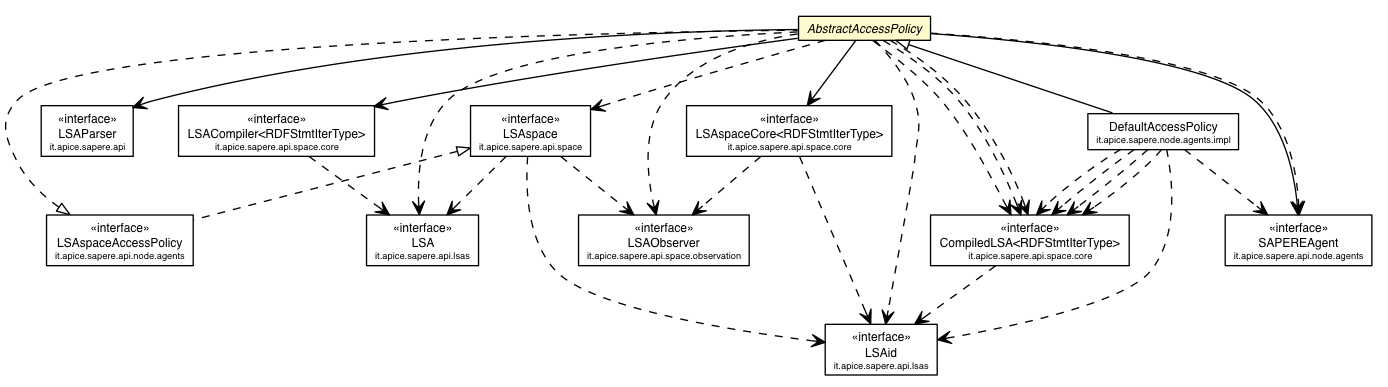
Above: deployed-site/apidocs/it/apice/sapere/node/agents/AbstractAccessPolicy.png in DanySK/Legacy-Contessi-Thesis-Semantic-Web-SAPERE (Graphviz), before the change. Its source is kept beside it as deployed-site/apidocs/it/apice/sapere/node/agents/AbstractAccessPolicy.dot.
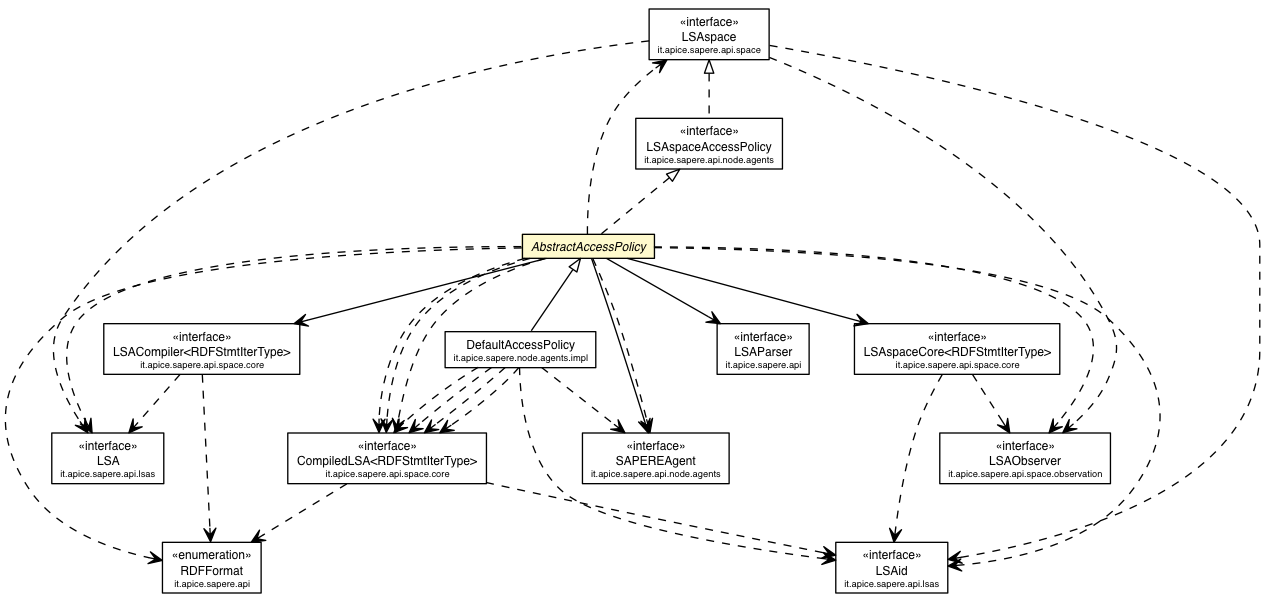
The same file after the commit.

Change to the diagram source:
```diff
@@ -2,113 +2,123 @@
 digraph G {
 	edge [fontname="Helvetica",fontsize=10,labelfontname="Helvetica",labelfontsize=10];
 	node [fontname="Helvetica",fontsize=10,shape=plaintext];
-	c64053 [label=<<table border="0" cellborder="1" cellspacing="0" cellpadding="2" port="p" href="../../api/LSAParser.html">
+	c71395 [label=<<table border="0" cellborder="1" cellspacing="0" cellpadding="2" port="p" href="../../api/RDFFormat.html">
+		<tr><td><table border="0" cellspacing="0" cellpadding="1">
+			<tr><td> &laquo;enumeration&raquo; </td></tr>
+			<tr><td> RDFFormat </td></tr>
+			<tr><td><font point-size="7.0"> it.apice.sapere.api </font></td></tr>
+		</table></td></tr>
+		</table>>, fontname="Helvetica", fontcolor="black", fontsize=9.0];
+	c71397 [label=<<table border="0" cellborder="1" cellspacing="0" cellpadding="2" port="p" href="../../api/LSAParser.html">
 		<tr><td><table border="0" cellspacing="0" cellpadding="1">
 			<tr><td> &laquo;interface&raquo; </td></tr>
 			<tr><td> LSAParser </td></tr>
 			<tr><td><font point-size="7.0"> it.apice.sapere.api </font></td></tr>
 		</table></td></tr>
 		</table>>, fontname="Helvetica", fontcolor="black", fontsize=9.0];
-	c64102 [label=<<table border="0" cellborder="1" cellspacing="0" cellpadding="2" port="p" href="../../api/lsas/LSAid.html">
+	c71446 [label=<<table border="0" cellborder="1" cellspacing="0" cellpadding="2" port="p" href="../../api/lsas/LSAid.html">
 		<tr><td><table border="0" cellspacing="0" cellpadding="1">
 			<tr><td> &laquo;interface&raquo; </td></tr>
 			<tr><td> LSAid </td></tr>
 			<tr><td><font point-size="7.0"> it.apice.sapere.api.lsas </font></td></tr>
 		</table></td></tr>
 		</table>>, fontname="Helvetica", fontcolor="black", fontsize=9.0];
-	c64103 [label=<<table border="0" cellborder="1" cellspacing="0" cellpadding="2" port="p" href="../../api/lsas/LSA.html">
+	c71447 [label=<<table border="0" cellborder="1" cellspacing="0" cellpadding="2" port="p" href="../../api/lsas/LSA.html">
 		<tr><td><table border="0" cellspacing="0" cellpadding="1">
 			<tr><td> &laquo;interface&raquo; </td></tr>
 			<tr><td> LSA </td></tr>
 			<tr><td><font point-size="7.0"> it.apice.sapere.api.lsas </font></td></tr>
 		</table></td></tr>
 		</table>>, fontname="Helvetica", fontcolor="black", fontsize=9.0];
-	c64132 [label=<<table border="0" cellborder="1" cellspacing="0" cellpadding="2" port="p" href="../../api/node/agents/SAPEREAgent.html">
+	c71476 [label=<<table border="0" cellborder="1" cellspacing="0" cellpadding="2" port="p" href="../../api/node/agents/SAPEREAgent.html">
 		<tr><td><table border="0" cellspacing="0" cellpadding="1">
 			<tr><td> &laquo;interface&raquo; </td></tr>
 			<tr><td> SAPEREAgent </td></tr>
 			<tr><td><font point-size="7.0"> it.apice.sapere.api.node.agents </font></td></tr>
 		</table></td></tr>
 		</table>>, fontname="Helvetica", fontcolor="black", fontsize=9.0];
-	c64133 [label=<<table border="0" cellborder="1" cellspacing="0" cellpadding="2" port="p" href="../../api/node/agents/LSAspaceAccessPolicy.html">
+	c71477 [label=<<table border="0" cellborder="1" cellspacing="0" cellpadding="2" port="p" href="../../api/node/agents/LSAspaceAccessPolicy.html">
 		<tr><td><table border="0" cellspacing="0" cellpadding="1">
 			<tr><td> &laquo;interface&raquo; </td></tr>
 			<tr><td> LSAspaceAccessPolicy </td></tr>
 			<tr><td><font point-size="7.0"> it.apice.sapere.api.node.agents </font></td></tr>
 		</table></td></tr>
 		</table>>, fontname="Helvetica", fontcolor="black", fontsize=9.0];
-	c64139 [label=<<table border="0" cellborder="1" cellspacing="0" cellpadding="2" port="p" href="../../api/space/core/LSAspaceCore.html">
+	c71483 [label=<<table border="0" cellborder="1" cellspacing="0" cellpadding="2" port="p" href="../../api/space/core/LSAspaceCore.html">
 		<tr><td><table border="0" cellspacing="0" cellpadding="1">
 			<tr><td> &laquo;interface&raquo; </td></tr>
 			<tr><td> LSAspaceCore&lt;RDFStmtIterType&gt; </td></tr>
 			<tr><td><font point-size="7.0"> it.apice.sapere.api.space.core </font></td></tr>
 		</table></td></tr>
 		</table>>, fontname="Helvetica", fontcolor="black", fontsize=9.0];
-	c64140 [label=<<table border="0" cellborder="1" cellspacing="0" cellpadding="2" port="p" href="../../api/space/core/LSACompiler.html">
+	c71484 [label=<<table border="0" cellborder="1" cellspacing="0" cellpadding="2" port="p" href="../../api/space/core/LSACompiler.html">
 		<tr><td><table border="0" cellspacing="0" cellpadding="1">
 			<tr><td> &laquo;interface&raquo; </td></tr>
 			<tr><td> LSACompiler&lt;RDFStmtIterType&gt; </td></tr>
 			<tr><td><font point-size="7.0"> it.apice.sapere.api.space.core </font></td></tr>
 		</table></td></tr>
 		</table>>, fontname="Helvetica", fontcolor="black", fontsize=9.0];
-	c64142 [label=<<table border="0" cellborder="1" cellspacing="0" cellpadding="2" port="p" href="../../api/space/core/CompiledLSA.html">
+	c71486 [label=<<table border="0" cellborder="1" cellspacing="0" cellpadding="2" port="p" href="../../api/space/core/CompiledLSA.html">
 		<tr><td><table border="0" cellspacing="0" cellpadding="1">
 			<tr><td> &laquo;interface&raquo; </td></tr>
 			<tr><td> CompiledLSA&lt;RDFStmtIterType&gt; </td></tr>
 			<tr><td><font point-size="7.0"> it.apice.sapere.api.space.core </font></td></tr>
 		</table></td></tr>
 		</table>>, fontname="Helvetica", fontcolor="black", fontsize=9.0];
-	c64147 [label=<<table border="0" cellborder="1" cellspacing="0" cellpadding="2" port="p" href="../../api/space/LSAspace.html">
+	c71491 [label=<<table border="0" cellborder="1" cellspacing="0" cellpadding="2" port="p" href="../../api/space/LSAspace.html">
 		<tr><td><table border="0" cellspacing="0" cellpadding="1">
 			<tr><td> &laquo;interface&raquo; </td></tr>
 			<tr><td> LSAspace </td></tr>
 			<tr><td><font point-size="7.0"> it.apice.sapere.api.space </font></td></tr>
 		</table></td></tr>
 		</table>>, fontname="Helvetica", fontcolor="black", fontsize=9.0];
-	c64157 [label=<<table border="0" cellborder="1" cellspacing="0" cellpadding="2" port="p" href="../../api/space/observation/LSAObserver.html">
+	c71501 [label=<<table border="0" cellborder="1" cellspacing="0" cellpadding="2" port="p" href="../../api/space/observation/LSAObserver.html">
 		<tr><td><table border="0" cellspacing="0" cellpadding="1">
 			<tr><td> &laquo;interface&raquo; </td></tr>
 			<tr><td> LSAObserver </td></tr>
 			<tr><td><font point-size="7.0"> it.apice.sapere.api.space.observation </font></td></tr>
 		</table></td></tr>
 		</table>>, fontname="Helvetica", fontcolor="black", fontsize=9.0];
-	c64245 [label=<<table border="0" cellborder="1" cellspacing="0" cellpadding="2" port="p" bgcolor="lemonChiffon" href="./AbstractAccessPolicy.html">
+	c71589 [label=<<table border="0" cellborder="1" cellspacing="0" cellpadding="2" port="p" bgcolor="lemonChiffon" href="./AbstractAccessPolicy.html">
 		<tr><td><table border="0" cellspacing="0" cellpadding="1">
 			<tr><td><font face="Helvetica-Oblique"> AbstractAccessPolicy </font></td></tr>
 		</table></td></tr>
 		</table>>, fontname="Helvetica", fontcolor="black", fontsize=9.0];
-	c64249 [label=<<table border="0" cellborder="1" cellspacing="0" cellpadding="2" port="p" href="./impl/DefaultAccessPolicy.html">
+	c71593 [label=<<table border="0" cellborder="1" cellspacing="0" cellpadding="2" port="p" href="./impl/DefaultAccessPolicy.html">
 		<tr><td><table border="0" cellspacing="0" cellpadding="1">
 			<tr><td> DefaultAccessPolicy </td></tr>
 			<tr><td><font point-size="7.0"> it.apice.sapere.node.agents.impl </font></td></tr>
 		</table></td></tr>
 		</table>>, fontname="Helvetica", fontcolor="black", fontsize=9.0];
-	c64147:p -> c64133:p [dir=back,arrowtail=empty,style=dashed];
-	c64133:p -> c64245:p [dir=back,arrowtail=empty,style=dashed];
-	c64245:p -> c64249:p [dir=back,arrowtail=empty];
-	c64245:p -> c64139:p [taillabel="", label="", headlabel="", fontname="Helvetica", fontcolor="black", fontsize=10.0, color="black", arrowhead=open];
-	c64245:p -> c64132:p [taillabel="", label="", headlabel="", fontname="Helvetica", fontcolor="black", fontsize=10.0, color="black", arrowhead=open];
-	c64245:p -> c64140:p [taillabel="", label="", headlabel="", fontname="Helvetica", fontcolor="black", fontsize=10.0, color="black", arrowhead=open];
-	c64245:p -> c64053:p [taillabel="", label="", headlabel="", fontname="Helvetica", fontcolor="black", fontsize=10.0, color="black", arrowhead=open];
-	c64139:p -> c64102:p [taillabel="", label="", headlabel="", fontname="Helvetica", fontcolor="black", fontsize=10.0, color="black", arrowhead=open, style=dashed];
-	c64139:p -> c64157:p [taillabel="", label="", headlabel="", fontname="Helvetica", fontcolor="black", fontsize=10.0, color="black", arrowhead=open, style=dashed];
-	c64140:p -> c64103:p [taillabel="", label="", headlabel="", fontname="Helvetica", fontcolor="black", fontsize=10.0, color="black", arrowhead=open, style=dashed];
-	c64142:p -> c64102:p [taillabel="", label="", headlabel="", fontname="Helvetica", fontcolor="black", fontsize=10.0, color="black", arrowhead=open, style=dashed];
-	c64147:p -> c64157:p [taillabel="", label="", headlabel="", fontname="Helvetica", fontcolor="black", fontsize=10.0, color="black", arrowhead=open, style=dashed];
-	c64147:p -> c64102:p [taillabel="", label="", headlabel="", fontname="Helvetica", fontcolor="black", fontsize=10.0, color="black", arrowhead=open, style=dashed];
-	c64147:p -> c64103:p [taillabel="", label="", headlabel="", fontname="Helvetica", fontcolor="black", fontsize=10.0, color="black", arrowhead=open, style=dashed];
-	c64245:p -> c64142:p [taillabel="", label="", headlabel="", fontname="Helvetica", fontcolor="black", fontsize=10.0, color="black", arrowhead=open, style=dashed];
-	c64245:p -> c64147:p [taillabel="", label="", headlabel="", fontname="Helvetica", fontcolor="black", fontsize=10.0, color="black", arrowhead=open, style=dashed];
-	c64245:p -> c64157:p [taillabel="", label="", headlabel="", fontname="Helvetica", fontcolor="black", fontsize=10.0, color="black", arrowhead=open, style=dashed];
-	c64245:p -> c64102:p [taillabel="", label="", headlabel="", fontname="Helvetica", fontcolor="black", fontsize=10.0, color="black", arrowhead=open, style=dashed];
-	c64245:p -> c64142:p [taillabel="", label="", headlabel="", fontname="Helvetica", fontcolor="black", fontsize=10.0, color="black", arrowhead=open, style=dashed];
-	c64245:p -> c64103:p [taillabel="", label="", headlabel="", fontname="Helvetica", fontcolor="black", fontsize=10.0, color="black", arrowhead=open, style=dashed];
-	c64245:p -> c64132:p [taillabel="", label="", headlabel="", fontname="Helvetica", fontcolor="black", fontsize=10.0, color="black", arrowhead=open, style=dashed];
-	c64245:p -> c64142:p [taillabel="", label="", headlabel="", fontname="Helvetica", fontcolor="black", fontsize=10.0, color="black", arrowhead=open, style=dashed];
-	c64249:p -> c64142:p [taillabel="", label="", headlabel="", fontname="Helvetica", fontcolor="black", fontsize=10.0, color="black", arrowhead=open, style=dashed];
-	c64249:p -> c64102:p [taillabel="", label="", headlabel="", fontname="Helvetica", fontcolor="black", fontsize=10.0, color="black", arrowhead=open, style=dashed];
-	c64249:p -> c64142:p [taillabel="", label="", headlabel="", fontname="Helvetica", fontcolor="black", fontsize=10.0, color="black", arrowhead=open, style=dashed];
-	c64249:p -> c64142:p [taillabel="", label="", headlabel="", fontname="Helvetica", fontcolor="black", fontsize=10.0, color="black", arrowhead=open, style=dashed];
-	c64249:p -> c64132:p [taillabel="", label="", headlabel="", fontname="Helvetica", fontcolor="black", fontsize=10.0, color="black", arrowhead=open, style=dashed];
-	c64249:p -> c64142:p [taillabel="", label="", headlabel="", fontname="Helvetica", fontcolor="black", fontsize=10.0, color="black", arrowhead=open, style=dashed];
+	c71491:p -> c71477:p [dir=back,arrowtail=empty,style=dashed];
+	c71477:p -> c71589:p [dir=back,arrowtail=empty,style=dashed];
+	c71589:p -> c71593:p [dir=back,arrowtail=empty];
+	c71589:p -> c71483:p [taillabel="", label="", headlabel="", fontname="Helvetica", fontcolor="black", fontsize=10.0, color="black", arrowhead=open];
+	c71589:p -> c71476:p [taillabel="", label="", headlabel="", fontname="Helvetica", fontcolor="black", fontsize=10.0, color="black", arrowhead=open];
+	c71589:p -> c71484:p [taillabel="", label="", headlabel="", fontname="Helvetica", fontcolor="black", fontsize=10.0, color="black", arrowhead=open];
+	c71589:p -> c71397:p [taillabel="", label="", headlabel="", fontname="Helvetica", fontcolor="black", fontsize=10.0, color="black", arrowhead=open];
+	c71483:p -> c71501:p [taillabel="", label="", headlabel="", fontname="Helvetica", fontcolor="black", fontsize=10.0, color="black", arrowhead=open, style=dashed];
+	c71483:p -> c71446:p [taillabel="", label="", headlabel="", fontname="Helvetica", fontcolor="black", fontsize=10.0, color="black", arrowhead=open, style=dashed];
+	c71484:p -> c71447:p [taillabel="", label="", headlabel="", fontname="Helvetica", fontcolor="black", fontsize=10.0, color="black", arrowhead=open, style=dashed];
+	c71484:p -> c71395:p [taillabel="", label="", headlabel="", fontname="Helvetica", fontcolor="black", fontsize=10.0, color="black", arrowhead=open, style=dashed];
+	c71486:p -> c71446:p [taillabel="", label="", headlabel="", fontname="Helvetica", fontcolor="black", fontsize=10.0, color="black", arrowhead=open, style=dashed];
+	c71486:p -> c71395:p [taillabel="", label="", headlabel="", fontname="Helvetica", fontcolor="black", fontsize=10.0, color="black", arrowhead=open, style=dashed];
+	c71491:p -> c71501:p [taillabel="", label="", headlabel="", fontname="Helvetica", fontcolor="black", fontsize=10.0, color="black", arrowhead=open, style=dashed];
+	c71491:p -> c71446:p [taillabel="", label="", headlabel="", fontname="Helvetica", fontcolor="black", fontsize=10.0, color="black", arrowhead=open, style=dashed];
+	c71491:p -> c71447:p [taillabel="", label="", headlabel="", fontname="Helvetica", fontcolor="black", fontsize=10.0, color="black", arrowhead=open, style=dashed];
+	c71589:p -> c71501:p [taillabel="", label="", headlabel="", fontname="Helvetica", fontcolor="black", fontsize=10.0, color="black", arrowhead=open, style=dashed];
+	c71589:p -> c71446:p [taillabel="", label="", headlabel="", fontname="Helvetica", fontcolor="black", fontsize=10.0, color="black", arrowhead=open, style=dashed];
+	c71589:p -> c71476:p [taillabel="", label="", headlabel="", fontname="Helvetica", fontcolor="black", fontsize=10.0, color="black", arrowhead=open, style=dashed];
+	c71589:p -> c71447:p [taillabel="", label="", headlabel="", fontname="Helvetica", fontcolor="black", fontsize=10.0, color="black", arrowhead=open, style=dashed];
+	c71589:p -> c71486:p [taillabel="", label="", headlabel="", fontname="Helvetica", fontcolor="black", fontsize=10.0, color="black", arrowhead=open, style=dashed];
+	c71589:p -> c71486:p [taillabel="", label="", headlabel="", fontname="Helvetica", fontcolor="black", fontsize=10.0, color="black", arrowhead=open, style=dashed];
+	c71589:p -> c71486:p [taillabel="", label="", headlabel="", fontname="Helvetica", fontcolor="black", fontsize=10.0, color="black", arrowhead=open, style=dashed];
+	c71589:p -> c71491:p [taillabel="", label="", headlabel="", fontname="Helvetica", fontcolor="black", fontsize=10.0, color="black", arrowhead=open, style=dashed];
+	c71589:p -> c71395:p [taillabel="", label="", headlabel="", fontname="Helvetica", fontcolor="black", fontsize=10.0, color="black", arrowhead=open, style=dashed];
+	c71593:p -> c71486:p [taillabel="", label="", headlabel="", fontname="Helvetica", fontcolor="black", fontsize=10.0, color="black", arrowhead=open, style=dashed];
+	c71593:p -> c71446:p [taillabel="", label="", headlabel="", fontname="Helvetica", fontcolor="black", fontsize=10.0, color="black", arrowhead=open, style=dashed];
+	c71593:p -> c71486:p [taillabel="", label="", headlabel="", fontname="Helvetica", fontcolor="black", fontsize=10.0, color="black", arrowhead=open, style=dashed];
+	c71593:p -> c71486:p [taillabel="", label="", headlabel="", fontname="Helvetica", fontcolor="black", fontsize=10.0, color="black", arrowhead=open, style=dashed];
+	c71593:p -> c71486:p [taillabel="", label="", headlabel="", fontname="Helvetica", fontcolor="black", fontsize=10.0, color="black", arrowhead=open, style=dashed];
+	c71593:p -> c71476:p [taillabel="", label="", headlabel="", fontname="Helvetica", fontcolor="black", fontsize=10.0, color="black", arrowhead=open, style=dashed];
 }
```
